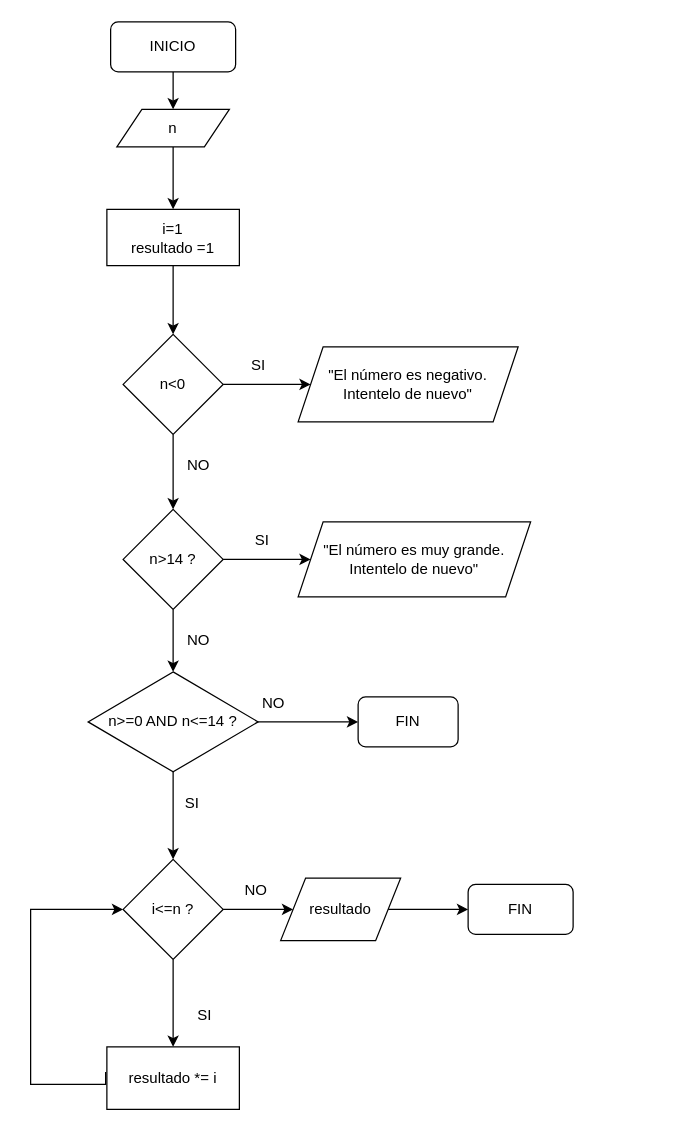
Before: PT2-EX4.drawio in arianylopez/Diagramas-de-flujo, a draw.io diagram. Source tidied: cells renumbered, new cells numbered last; positions are measured from the earlier drawing's top-left corner, leaving out a move shared by most shapes. Both pictures are drawn from the tidied source at 125%, with x=0, y=0 at pixel (30, 21).
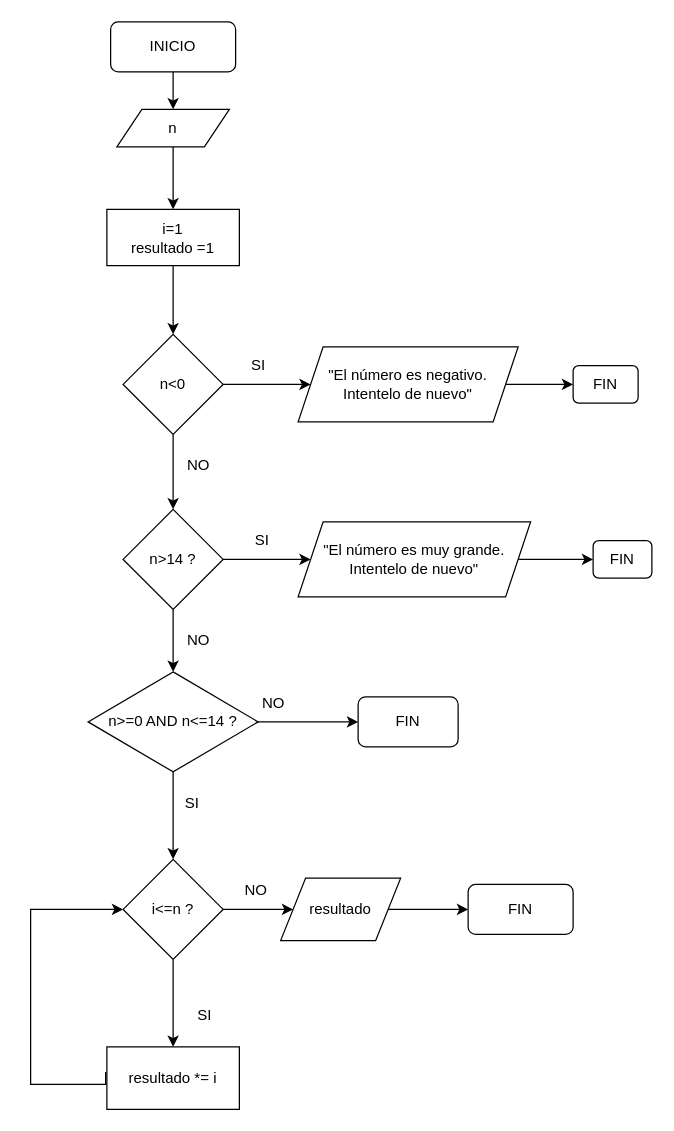
The same page after the edit.

Unchanged cells that the change refers to:
```xml
<mxCell id="11" value="&quot;El número es negativo. Intentelo de nuevo&quot;" style="shape=parallelogram;perimeter=parallelogramPerimeter;whiteSpace=wrap;html=1;fixedSize=1;" parent="1" vertex="1">
  <mxGeometry x="214" y="260" width="176" height="60" as="geometry" />
</mxCell>
<mxCell id="15" value="&quot;El número es muy grande. Intentelo de nuevo&quot;" style="shape=parallelogram;perimeter=parallelogramPerimeter;whiteSpace=wrap;html=1;fixedSize=1;" parent="1" vertex="1">
  <mxGeometry x="214" y="400" width="186" height="60" as="geometry" />
</mxCell>
```

The edit, as a diff of the source:
```diff
@@
+    <mxCell id="36" style="edgeStyle=orthogonalEdgeStyle;rounded=0;jettySize=auto;html=1;" parent="1" edge="1" source="11" target="38">
+      <mxGeometry relative="1" as="geometry" />
+    </mxCell>
@@
+    <mxCell id="37" style="edgeStyle=orthogonalEdgeStyle;rounded=0;jettySize=auto;html=1;" parent="1" edge="1" source="15" target="39">
+      <mxGeometry relative="1" as="geometry" />
+    </mxCell>
@@
+    <mxCell id="38" value="FIN" style="rounded=1;whiteSpace=wrap;html=1;" parent="1" vertex="1">
+      <mxGeometry x="434" y="275" width="52" height="30" as="geometry" />
+    </mxCell>
+    <mxCell id="39" value="FIN" style="rounded=1;whiteSpace=wrap;html=1;" parent="1" vertex="1">
+      <mxGeometry x="450" y="415" width="47" height="30" as="geometry" />
+    </mxCell>
```
